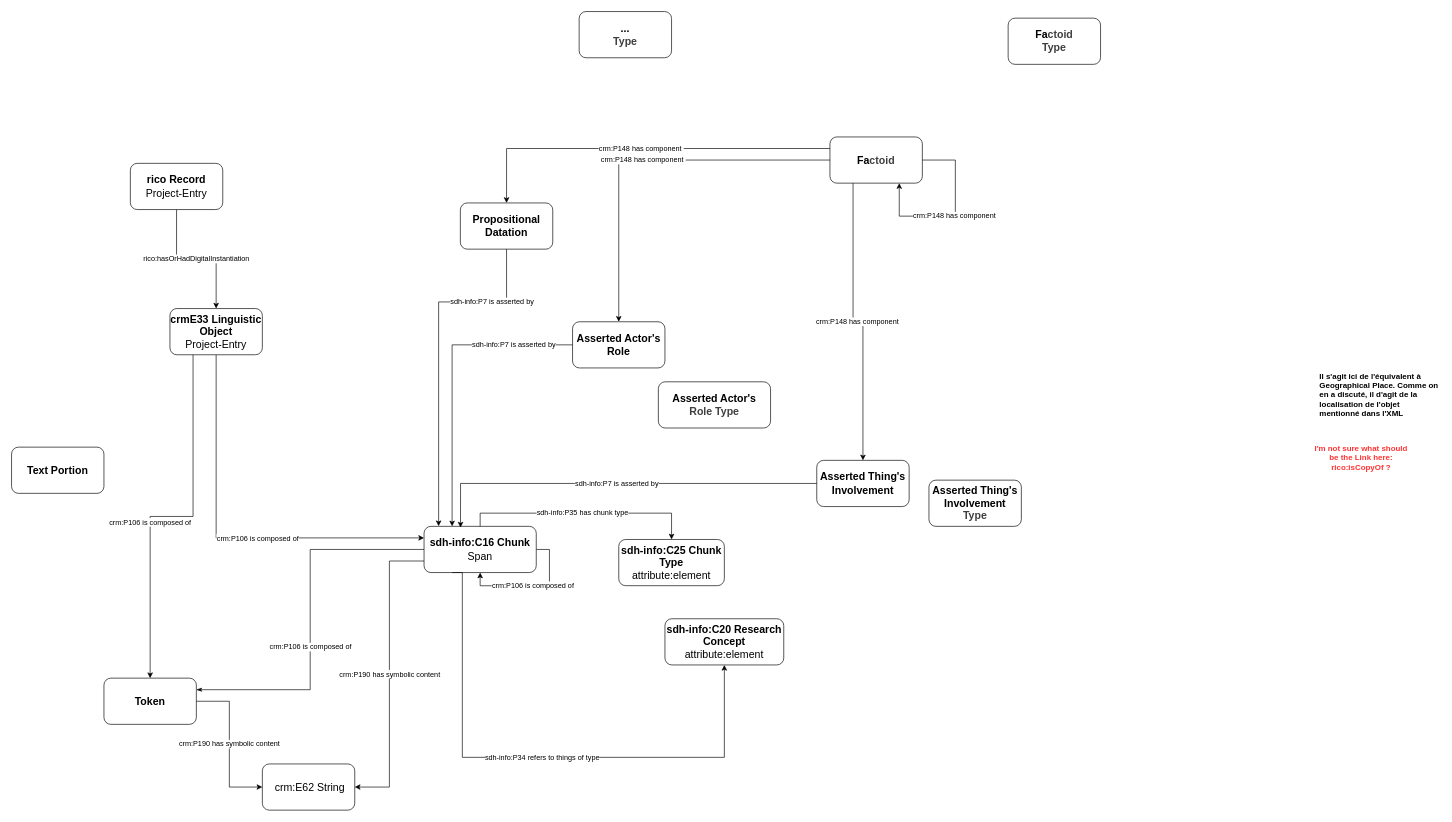
This is documentation/spans_events_mapping.drawio from history-unibas/economies-of-space-lod, a draw.io file, before an edit. Source tidied: cells renumbered, new cells numbered last; positions are measured from the earlier drawing's top-left corner, leaving out a move shared by most shapes. Both pictures are drawn from the tidied source at 66%, with x=0, y=0 at pixel (11, 11).
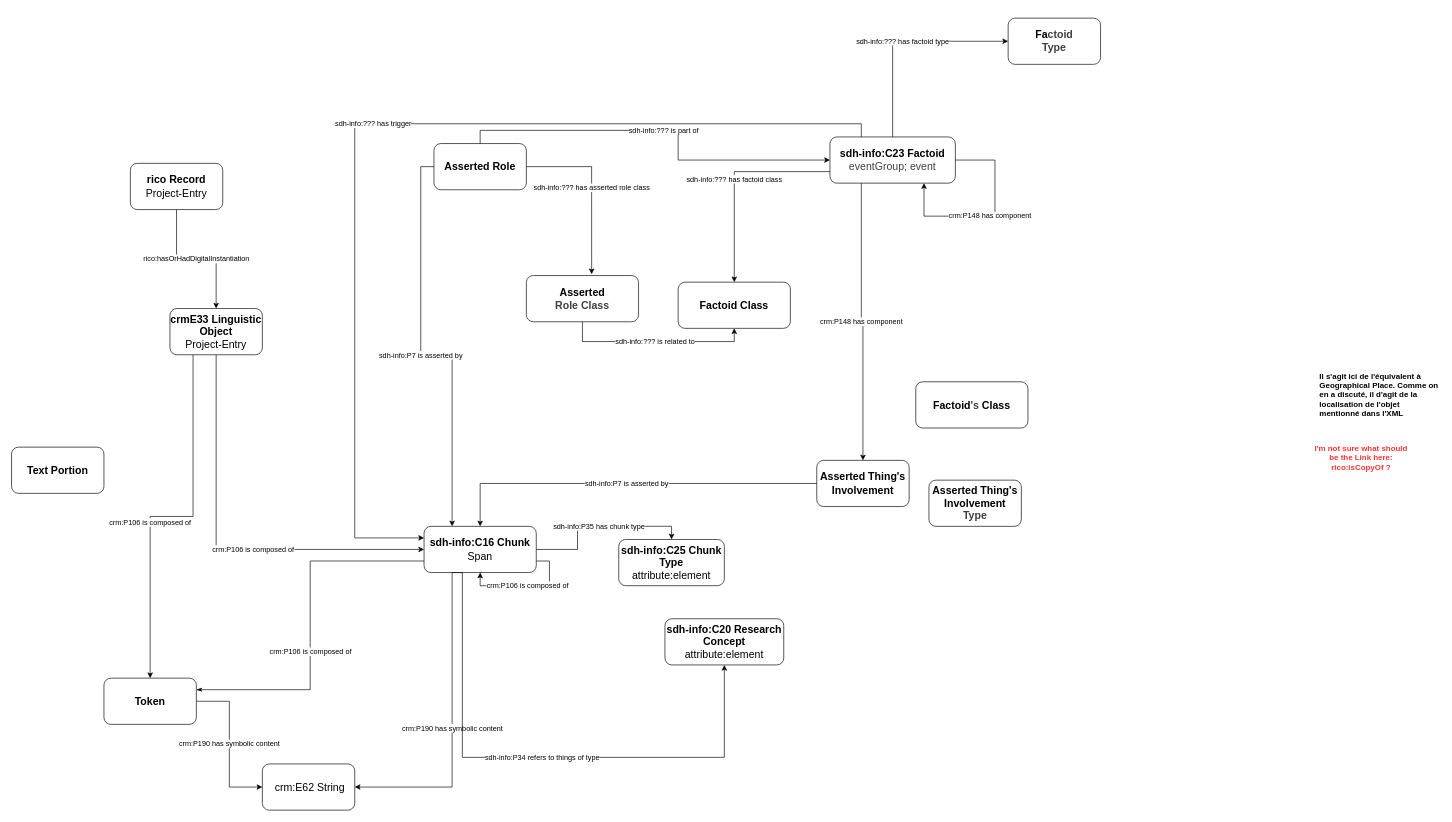
The same diagram, later.

Unchanged cells that the change refers to:
```xml
<mxCell id="4" value="sdh-info:C16 Chunk&lt;div&gt;&lt;span style=&quot;font-weight: normal;&quot;&gt;Span&lt;/span&gt;&lt;/div&gt;" style="rounded=1;whiteSpace=wrap;html=1;fillColor=#ffffff;fontSize=16;fontStyle=1;" parent="1" vertex="1">
  <mxGeometry x="625" y="780" width="170" height="70" as="geometry" />
</mxCell>
<mxCell id="5" value="&lt;div&gt;&lt;font color=&quot;#000000&quot;&gt;crmE33 Linguistic Object&lt;/font&gt;&lt;/div&gt;&lt;div&gt;&lt;span style=&quot;font-weight: 400;&quot;&gt;Project-Entry&lt;/span&gt;&lt;/div&gt;" style="rounded=1;whiteSpace=wrap;html=1;fillColor=#ffffff;fontSize=16;fontStyle=1;" parent="1" vertex="1">
  <mxGeometry x="240" y="450" width="140" height="70" as="geometry" />
</mxCell>
<mxCell id="10" value="&lt;span style=&quot;font-weight: 400;&quot;&gt;&amp;nbsp;crm:E62 String&lt;/span&gt;" style="rounded=1;whiteSpace=wrap;html=1;fillColor=#ffffff;fontSize=16;fontStyle=1;" parent="1" vertex="1">
  <mxGeometry x="380" y="1140" width="140" height="70" as="geometry" />
</mxCell>
<mxCell id="11" value="Token" style="rounded=1;whiteSpace=wrap;html=1;fillColor=#ffffff;fontSize=16;fontStyle=1;" parent="1" vertex="1">
  <mxGeometry x="140" y="1010" width="140" height="70" as="geometry" />
</mxCell>
<mxCell id="15" value="Asserted Thing's Involvement" style="rounded=1;whiteSpace=wrap;html=1;fillColor=#ffffff;fontSize=16;fontStyle=1;" parent="1" vertex="1">
  <mxGeometry x="1220" y="680" width="140" height="70" as="geometry" />
</mxCell>
<mxCell id="17" value="Fa&lt;span style=&quot;color: rgb(63, 63, 63); background-color: transparent;&quot;&gt;ctoid&lt;/span&gt;&lt;div&gt;&lt;span style=&quot;color: rgb(63, 63, 63); background-color: transparent;&quot;&gt;Type&lt;/span&gt;&lt;/div&gt;" style="rounded=1;whiteSpace=wrap;html=1;fillColor=#ffffff;fontSize=16;fontStyle=1;" parent="1" vertex="1">
  <mxGeometry x="1510" y="10" width="140" height="70" as="geometry" />
</mxCell>
<mxCell id="22" value="&lt;span style=&quot;color: rgb(0, 0, 0);&quot;&gt;sdh-info:C25&amp;nbsp;&lt;/span&gt;Chunk Type&lt;div&gt;&lt;span style=&quot;font-weight: normal;&quot;&gt;attribute:element&lt;/span&gt;&lt;/div&gt;" style="rounded=1;whiteSpace=wrap;html=1;fillColor=#ffffff;fontSize=16;fontStyle=1;" parent="1" vertex="1">
  <mxGeometry x="920" y="799.9" width="160" height="70" as="geometry" />
</mxCell>
```

Diff of the diagram source:
```diff
@@
-    <mxCell id="2" value="&lt;span style=&quot;color: rgb(0, 0, 0);&quot;&gt;crm:P106 is composed of&lt;/span&gt;" style="edgeStyle=orthogonalEdgeStyle;rounded=0;orthogonalLoop=1;jettySize=auto;html=1;exitX=1;exitY=0.5;exitDx=0;exitDy=0;entryX=0.5;entryY=1;entryDx=0;entryDy=0;" parent="1" edge="1" source="4" target="4">
+    <mxCell id="2" value="&lt;span style=&quot;color: rgb(0, 0, 0);&quot;&gt;crm:P106 is composed of&lt;/span&gt;" style="edgeStyle=orthogonalEdgeStyle;rounded=0;orthogonalLoop=1;jettySize=auto;html=1;exitX=1;exitY=0.75;exitDx=0;exitDy=0;entryX=0.5;entryY=1;entryDx=0;entryDy=0;" parent="1" edge="1" source="4" target="4">
       <mxGeometry relative="1" as="geometry" />
     </mxCell>
-    <mxCell id="3" value="crm:P106 is composed of" style="edgeStyle=orthogonalEdgeStyle;rounded=0;jettySize=auto;html=1;exitX=0;exitY=0.25;exitDx=0;exitDy=0;startArrow=classic;startFill=1;endArrow=none;endFill=0;" parent="1" edge="1" source="4" target="5">
+    <mxCell id="3" value="crm:P106 is composed of" style="edgeStyle=orthogonalEdgeStyle;rounded=0;jettySize=auto;html=1;exitX=0;exitY=0.5;exitDx=0;exitDy=0;startArrow=classic;startFill=1;endArrow=none;endFill=0;" parent="1" edge="1" source="4" target="5">
       <mxGeometry x="-0.15" relative="1" as="geometry" />
     </mxCell>
@@
-    <mxCell id="14" value="Fa&lt;span style=&quot;color: rgb(63, 63, 63); background-color: transparent;&quot;&gt;ctoid&lt;/span&gt;" style="rounded=1;whiteSpace=wrap;html=1;fillColor=#ffffff;fontSize=16;fontStyle=1;" parent="1" vertex="1">
-      <mxGeometry x="1240" y="190" width="140" height="70" as="geometry" />
+    <mxCell id="14" value="&lt;span style=&quot;scrollbar-color: rgb(226, 226, 226) rgb(251, 251, 251); color: rgb(0, 0, 0);&quot;&gt;sdh-info:C23 Factoid&lt;/span&gt;&lt;div style=&quot;color: rgb(63, 63, 63); scrollbar-color: rgb(226, 226, 226) rgb(251, 251, 251);&quot;&gt;&lt;span style=&quot;font-weight: normal;&quot;&gt;eventGroup; event&lt;/span&gt;&lt;/div&gt;" style="rounded=1;whiteSpace=wrap;html=1;fillColor=#ffffff;fontSize=16;fontStyle=1;" parent="1" vertex="1">
+      <mxGeometry x="1240" y="190" width="190" height="70" as="geometry" />
     </mxCell>
@@
-    <mxCell id="18" value="Asserted Actor's&lt;div&gt;Role&lt;/div&gt;" style="rounded=1;whiteSpace=wrap;html=1;fillColor=#ffffff;fontSize=16;fontStyle=1;" parent="1" vertex="1">
-      <mxGeometry x="850" y="470" width="140" height="70" as="geometry" />
+    <mxCell id="18" value="Asserted Role" style="rounded=1;whiteSpace=wrap;html=1;fillColor=#ffffff;fontSize=16;fontStyle=1;" parent="1" vertex="1">
+      <mxGeometry x="640" y="200" width="140" height="70" as="geometry" />
     </mxCell>
-    <mxCell id="19" value="&lt;span style=&quot;color: rgb(63, 63, 63); background-color: transparent;&quot;&gt;&lt;span style=&quot;color: rgb(0, 0, 0);&quot;&gt;Asserted Actor's&lt;/span&gt;&lt;/span&gt;&lt;div&gt;&lt;span style=&quot;color: rgb(63, 63, 63); background-color: transparent;&quot;&gt;&lt;span style=&quot;color: rgb(63, 63, 63); background-color: transparent;&quot;&gt;Role&amp;nbsp;&lt;/span&gt;Type&lt;br&gt;&lt;/span&gt;&lt;/div&gt;" style="rounded=1;whiteSpace=wrap;html=1;fillColor=#ffffff;fontSize=16;fontStyle=1;" parent="1" vertex="1">
-      <mxGeometry x="980" y="561" width="170" height="70" as="geometry" />
+    <mxCell id="19" value="&lt;span style=&quot;color: rgb(63, 63, 63); background-color: transparent;&quot;&gt;&lt;span style=&quot;color: rgb(0, 0, 0);&quot;&gt;Asserted&lt;/span&gt;&lt;/span&gt;&lt;div&gt;&lt;span style=&quot;color: rgb(63, 63, 63); background-color: transparent;&quot;&gt;&lt;span style=&quot;color: rgb(63, 63, 63); background-color: transparent;&quot;&gt;Role&amp;nbsp;&lt;/span&gt;Class&lt;br&gt;&lt;/span&gt;&lt;/div&gt;" style="rounded=1;whiteSpace=wrap;html=1;fillColor=#ffffff;fontSize=16;fontStyle=1;" parent="1" vertex="1">
+      <mxGeometry x="780" y="400" width="170" height="70" as="geometry" />
     </mxCell>
-    <mxCell id="20" value="Propositional&lt;div&gt;Datation&lt;/div&gt;" style="rounded=1;whiteSpace=wrap;html=1;fillColor=#ffffff;fontSize=16;fontStyle=1;" parent="1" vertex="1">
-      <mxGeometry x="680" y="290" width="140" height="70" as="geometry" />
-    </mxCell>
-    <mxCell id="21" value="...&lt;br&gt;&lt;div&gt;&lt;span style=&quot;color: rgb(63, 63, 63); background-color: transparent;&quot;&gt;Type&lt;/span&gt;&lt;/div&gt;" style="rounded=1;whiteSpace=wrap;html=1;fillColor=#ffffff;fontSize=16;fontStyle=1;" parent="1" vertex="1">
-      <mxGeometry x="860" width="140" height="70" as="geometry" />
-    </mxCell>
@@
-    <mxCell id="23" value="sdh-info:P35 has chunk type" style="edgeStyle=orthogonalEdgeStyle;rounded=0;jettySize=auto;html=1;exitX=0.5;exitY=0;exitDx=0;exitDy=0;entryX=0.5;entryY=0;entryDx=0;entryDy=0;" parent="1" edge="1" source="4" target="22">
+    <mxCell id="23" value="sdh-info:P35 has chunk type" style="edgeStyle=orthogonalEdgeStyle;rounded=0;jettySize=auto;html=1;exitX=1;exitY=0.5;exitDx=0;exitDy=0;entryX=0.5;entryY=0;entryDx=0;entryDy=0;" parent="1" edge="1" source="4" target="22">
       <mxGeometry relative="1" as="geometry" />
     </mxCell>
-    <mxCell id="24" value="crm:P148 has component&amp;nbsp;" style="edgeStyle=orthogonalEdgeStyle;rounded=0;jettySize=auto;html=1;exitX=0;exitY=0.5;exitDx=0;exitDy=0;entryX=0.5;entryY=0;entryDx=0;entryDy=0;" parent="1" edge="1" source="14" target="18">
+    <mxCell id="24" value="&lt;span style=&quot;color: rgb(0, 0, 0);&quot;&gt;sdh-info:??? is part of&lt;/span&gt;" style="edgeStyle=orthogonalEdgeStyle;rounded=0;jettySize=auto;html=1;exitX=0.5;exitY=0;exitDx=0;exitDy=0;entryX=0;entryY=0.5;entryDx=0;entryDy=0;" parent="1" edge="1" source="18" target="14">
       <mxGeometry relative="1" as="geometry" />
     </mxCell>
@@
-    <mxCell id="26" value="crm:P190 has symbolic content" style="edgeStyle=orthogonalEdgeStyle;rounded=0;jettySize=auto;html=1;entryX=1;entryY=0.5;entryDx=0;entryDy=0;exitX=0;exitY=0.75;exitDx=0;exitDy=0;" parent="1" edge="1" source="4" target="10">
+    <mxCell id="26" value="crm:P190 has symbolic content" style="edgeStyle=orthogonalEdgeStyle;rounded=0;jettySize=auto;html=1;entryX=1;entryY=0.5;entryDx=0;entryDy=0;exitX=0.25;exitY=1;exitDx=0;exitDy=0;" parent="1" edge="1" source="4" target="10">
       <mxGeometry relative="1" as="geometry" />
     </mxCell>
@@
     <mxCell id="29" value="sdh-info:P7 is asserted by" style="edgeStyle=orthogonalEdgeStyle;rounded=0;jettySize=auto;html=1;exitX=0;exitY=0.5;exitDx=0;exitDy=0;entryX=0.25;entryY=0;entryDx=0;entryDy=0;" parent="1" edge="1" source="18" target="4">
-      <mxGeometry x="-0.61" relative="1" as="geometry" />
+      <mxGeometry relative="1" as="geometry" />
     </mxCell>
     <mxCell id="30" value="crm:P148 has component&amp;nbsp;" style="edgeStyle=orthogonalEdgeStyle;rounded=0;orthogonalLoop=1;jettySize=auto;html=1;exitX=1;exitY=0.5;exitDx=0;exitDy=0;entryX=0.75;entryY=1;entryDx=0;entryDy=0;" parent="1" edge="1" source="14" target="14">
       <mxGeometry relative="1" as="geometry">
         <Array as="points">
-          <mxPoint x="1430" y="225" />
-          <mxPoint x="1430" y="310" />
-          <mxPoint x="1345" y="310" />
+          <mxPoint x="1490" y="225" />
+          <mxPoint x="1490" y="310" />
+          <mxPoint x="1382" y="310" />
         </Array>
       </mxGeometry>
     </mxCell>
-    <mxCell id="31" value="crm:P106 is composed of" style="edgeStyle=orthogonalEdgeStyle;rounded=0;jettySize=auto;html=1;entryX=0;entryY=0.5;entryDx=0;entryDy=0;exitX=1;exitY=0.25;exitDx=0;exitDy=0;startArrow=classicThin;startFill=1;endArrow=none;endFill=0;" parent="1" edge="1" source="11" target="4">
+    <mxCell id="31" value="crm:P106 is composed of" style="edgeStyle=orthogonalEdgeStyle;rounded=0;jettySize=auto;html=1;exitX=1;exitY=0.25;exitDx=0;exitDy=0;startArrow=classicThin;startFill=1;endArrow=none;endFill=0;entryX=0;entryY=0.75;entryDx=0;entryDy=0;" parent="1" edge="1" source="11" target="4">
       <mxGeometry x="-0.15" relative="1" as="geometry" />
     </mxCell>
-    <mxCell id="32" value="sdh-info:P7 is asserted by" style="edgeStyle=orthogonalEdgeStyle;rounded=0;jettySize=auto;html=1;exitX=0;exitY=0.5;exitDx=0;exitDy=0;entryX=0.325;entryY=0.026;entryDx=0;entryDy=0;entryPerimeter=0;" parent="1" edge="1" source="15" target="4">
+    <mxCell id="32" value="sdh-info:P7 is asserted by" style="edgeStyle=orthogonalEdgeStyle;rounded=0;jettySize=auto;html=1;exitX=0;exitY=0.5;exitDx=0;exitDy=0;entryX=0.5;entryY=0;entryDx=0;entryDy=0;" parent="1" edge="1" source="15" target="4">
       <mxGeometry relative="1" as="geometry" />
     </mxCell>
@@
-    <mxCell id="34" value="crm:P148 has component&amp;nbsp;" style="edgeStyle=orthogonalEdgeStyle;rounded=0;jettySize=auto;html=1;exitX=0;exitY=0.25;exitDx=0;exitDy=0;entryX=0.5;entryY=0;entryDx=0;entryDy=0;" parent="1" edge="1" source="14" target="20">
-      <mxGeometry relative="1" as="geometry" />
-    </mxCell>
-    <mxCell id="35" value="sdh-info:P7 is asserted by" style="edgeStyle=orthogonalEdgeStyle;rounded=0;jettySize=auto;html=1;exitX=0.5;exitY=1;exitDx=0;exitDy=0;entryX=0.13;entryY=-0.004;entryDx=0;entryDy=0;entryPerimeter=0;" parent="1" edge="1" source="20" target="4">
-      <mxGeometry x="-0.61" relative="1" as="geometry">
-        <Array as="points">
-          <mxPoint x="750" y="440" />
-          <mxPoint x="647" y="440" />
-        </Array>
-      </mxGeometry>
+    <mxCell id="35" value="&lt;span style=&quot;color: rgb(63, 63, 63); background-color: transparent;&quot;&gt;&lt;span style=&quot;color: rgb(0, 0, 0);&quot;&gt;Factoid&lt;/span&gt;&lt;/span&gt;&lt;span style=&quot;background-color: transparent; color: rgb(63, 63, 63);&quot;&gt;&amp;nbsp;&lt;/span&gt;&lt;span style=&quot;background-color: transparent;&quot;&gt;Class&lt;/span&gt;" style="rounded=1;whiteSpace=wrap;html=1;fillColor=#ffffff;fontSize=16;fontStyle=1;" parent="1" vertex="1">
+      <mxGeometry x="1010" y="410" width="170" height="70" as="geometry" />
     </mxCell>
+    <mxCell id="36" value="&lt;span style=&quot;color: rgb(0, 0, 0);&quot;&gt;sdh-info:??? has asserted role class&lt;/span&gt;" style="edgeStyle=orthogonalEdgeStyle;rounded=0;jettySize=auto;html=1;exitX=1;exitY=0.5;exitDx=0;exitDy=0;entryX=0.582;entryY=-0.029;entryDx=0;entryDy=0;entryPerimeter=0;" parent="1" edge="1" source="18" target="19">
+      <mxGeometry relative="1" as="geometry" />
+    </mxCell>
+    <mxCell id="37" value="&lt;span style=&quot;color: rgb(0, 0, 0);&quot;&gt;sdh-info:??? has factoid class&lt;/span&gt;" style="edgeStyle=orthogonalEdgeStyle;rounded=0;jettySize=auto;html=1;exitX=0;exitY=0.75;exitDx=0;exitDy=0;" parent="1" edge="1" source="14" target="35">
+      <mxGeometry relative="1" as="geometry" />
+    </mxCell>
+    <mxCell id="38" value="&lt;span style=&quot;color: rgb(0, 0, 0);&quot;&gt;sdh-info:??? is related to&lt;/span&gt;" style="edgeStyle=orthogonalEdgeStyle;rounded=0;jettySize=auto;html=1;exitX=0.5;exitY=1;exitDx=0;exitDy=0;entryX=0.5;entryY=1;entryDx=0;entryDy=0;" parent="1" edge="1" source="19" target="35">
+      <mxGeometry relative="1" as="geometry" />
+    </mxCell>
+    <mxCell id="39" value="&lt;span style=&quot;color: rgb(63, 63, 63); background-color: transparent;&quot;&gt;&lt;span style=&quot;color: rgb(0, 0, 0);&quot;&gt;Factoid&lt;/span&gt;&lt;/span&gt;&lt;span style=&quot;background-color: transparent; color: rgb(63, 63, 63);&quot;&gt;'s&amp;nbsp;&lt;/span&gt;&lt;span style=&quot;background-color: transparent;&quot;&gt;Class&lt;/span&gt;" style="rounded=1;whiteSpace=wrap;html=1;fillColor=#ffffff;fontSize=16;fontStyle=1;" parent="1" vertex="1">
+      <mxGeometry x="1370" y="561" width="170" height="70" as="geometry" />
+    </mxCell>
+    <mxCell id="40" value="&lt;span style=&quot;color: rgb(0, 0, 0);&quot;&gt;sdh-info:??? has factoid type&lt;/span&gt;" style="edgeStyle=orthogonalEdgeStyle;rounded=0;jettySize=auto;html=1;exitX=0.5;exitY=0;exitDx=0;exitDy=0;entryX=0;entryY=0.5;entryDx=0;entryDy=0;" parent="1" edge="1" source="14" target="17">
+      <mxGeometry relative="1" as="geometry" />
+    </mxCell>
+    <mxCell id="41" value="&lt;span style=&quot;color: rgb(0, 0, 0);&quot;&gt;sdh-info:??? has trigger&lt;/span&gt;" style="edgeStyle=orthogonalEdgeStyle;rounded=0;jettySize=auto;html=1;exitX=0.25;exitY=0;exitDx=0;exitDy=0;entryX=0;entryY=0.25;entryDx=0;entryDy=0;" parent="1" edge="1" source="14" target="4">
+      <mxGeometry relative="1" as="geometry">
+        <Array as="points">
+          <mxPoint x="1288" y="170" />
+          <mxPoint x="520" y="170" />
+          <mxPoint x="520" y="798" />
+        </Array>
+      </mxGeometry>
+    </mxCell>
```
